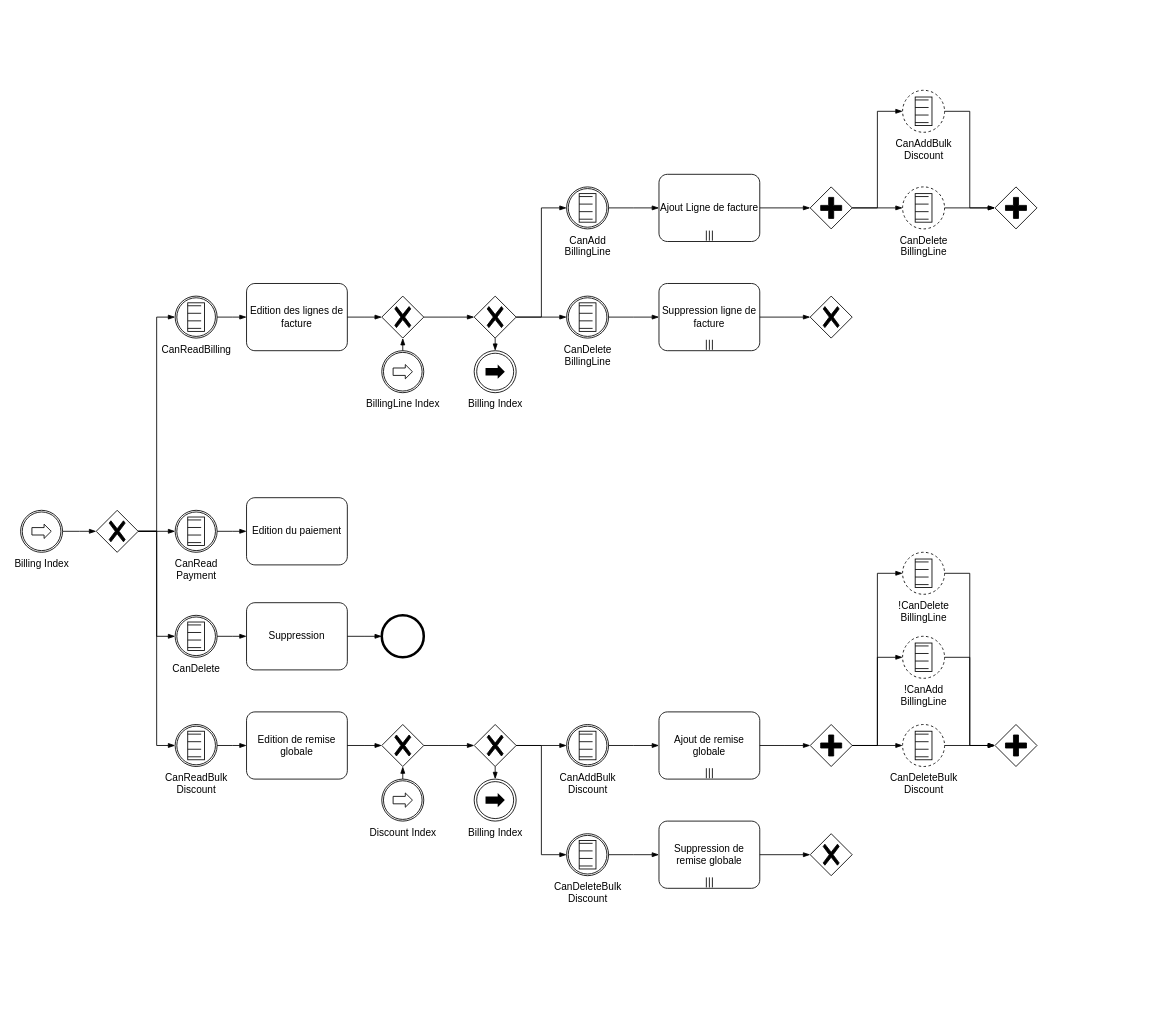
The draw.io diagram page "Ajout facture" (6 of 7) of src/Diagrammes.drawio in Scholastien/MyApp, before the edit. Source tidied: cells renumbered, new cells numbered last; positions are measured from the earlier drawing's top-left corner, leaving out a move shared by most shapes. Both pictures are drawn from the tidied source at 84%, with x=0, y=0 at pixel (20, 90).
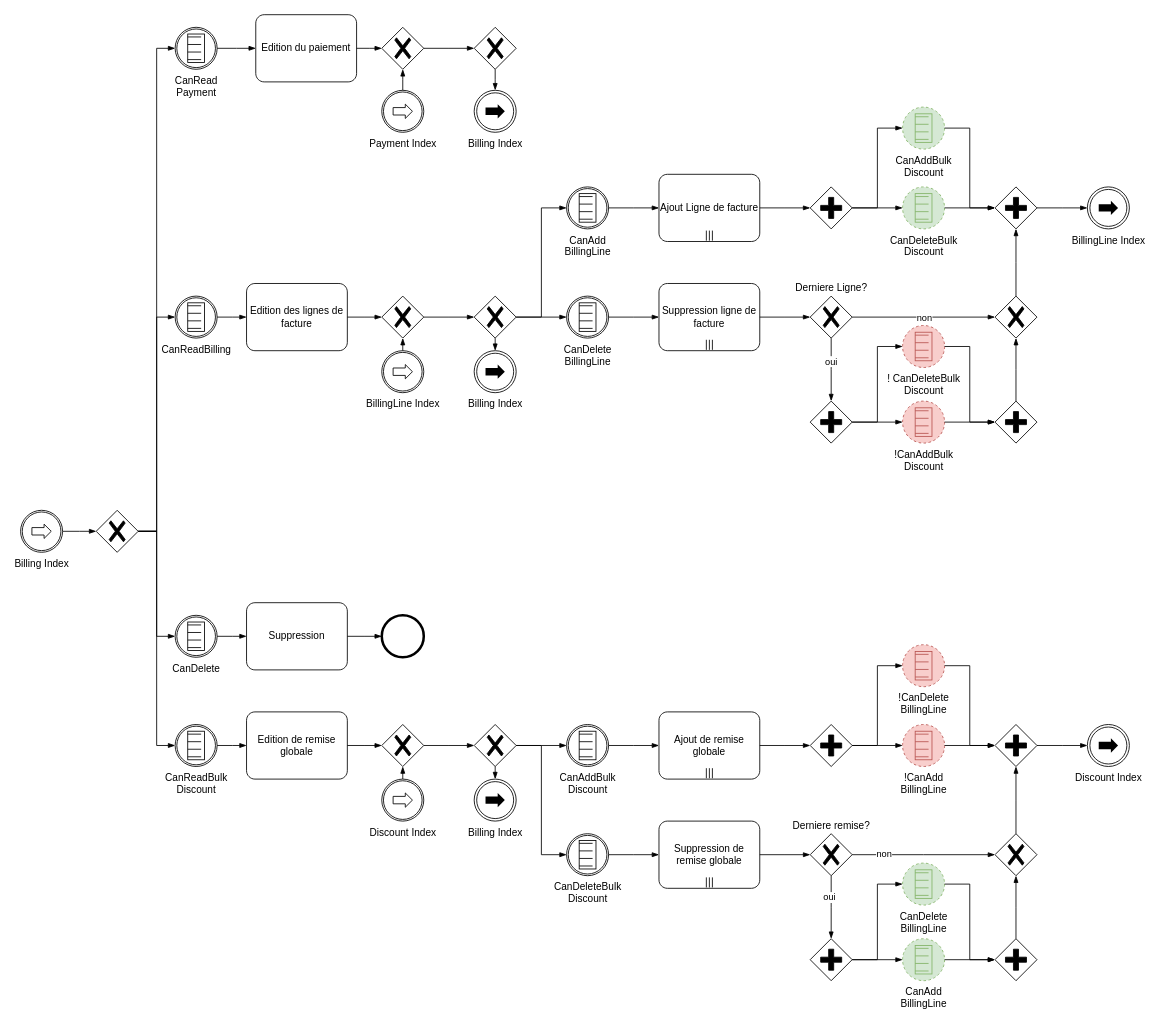
The same diagram, later.

Unchanged cells that the change refers to:
```xml
<mxCell id="60" style="points=[[0.25,0.25,0],[0.5,0,0],[0.75,0.25,0],[1,0.5,0],[0.75,0.75,0],[0.5,1,0],[0.25,0.75,0],[0,0.5,0]];shape=mxgraph.bpmn.gateway2;html=1;verticalLabelPosition=bottom;labelBackgroundColor=#ffffff;verticalAlign=top;align=center;perimeter=rhombusPerimeter;outlineConnect=0;outline=none;symbol=none;gwType=parallel;" parent="1" vertex="1">
  <mxGeometry x="940" y="755" width="50" height="50" as="geometry" />
</mxCell>
<mxCell id="65" style="points=[[0.25,0.25,0],[0.5,0,0],[0.75,0.25,0],[1,0.5,0],[0.75,0.75,0],[0.5,1,0],[0.25,0.75,0],[0,0.5,0]];shape=mxgraph.bpmn.gateway2;html=1;verticalLabelPosition=bottom;labelBackgroundColor=#ffffff;verticalAlign=top;align=center;perimeter=rhombusPerimeter;outlineConnect=0;outline=none;symbol=none;gwType=parallel;" parent="1" vertex="1">
  <mxGeometry x="1160" y="755" width="50" height="50" as="geometry" />
</mxCell>
<mxCell id="77" style="points=[[0.25,0.25,0],[0.5,0,0],[0.75,0.25,0],[1,0.5,0],[0.75,0.75,0],[0.5,1,0],[0.25,0.75,0],[0,0.5,0]];shape=mxgraph.bpmn.gateway2;html=1;verticalLabelPosition=bottom;labelBackgroundColor=#ffffff;verticalAlign=top;align=center;perimeter=rhombusPerimeter;outlineConnect=0;outline=none;symbol=none;gwType=parallel;" parent="1" vertex="1">
  <mxGeometry x="1160" y="115" width="50" height="50" as="geometry" />
</mxCell>
```

What changed in the source:
```diff
@@
     <mxCell id="4" value="Edition du paiement" style="points=[[0.25,0,0],[0.5,0,0],[0.75,0,0],[1,0.25,0],[1,0.5,0],[1,0.75,0],[0.75,1,0],[0.5,1,0],[0.25,1,0],[0,0.75,0],[0,0.5,0],[0,0.25,0]];shape=mxgraph.bpmn.task;whiteSpace=wrap;rectStyle=rounded;size=10;html=1;taskMarker=abstract;" parent="1" vertex="1">
-      <mxGeometry x="269" y="485" width="120" height="80" as="geometry" />
+      <mxGeometry x="280" y="-90" width="120" height="80" as="geometry" />
     </mxCell>
@@
     <mxCell id="21" value="CanRead&lt;br&gt;Payment" style="points=[[0.145,0.145,0],[0.5,0,0],[0.855,0.145,0],[1,0.5,0],[0.855,0.855,0],[0.5,1,0],[0.145,0.855,0],[0,0.5,0]];shape=mxgraph.bpmn.event;html=1;verticalLabelPosition=bottom;labelBackgroundColor=#ffffff;verticalAlign=top;align=center;perimeter=ellipsePerimeter;outlineConnect=0;outline=boundInt;symbol=conditional;" parent="1" vertex="1">
-      <mxGeometry x="184" y="500" width="50" height="50" as="geometry" />
+      <mxGeometry x="184" y="-75" width="50" height="50" as="geometry" />
     </mxCell>
@@
-    <mxCell id="37" style="points=[[0.25,0.25,0],[0.5,0,0],[0.75,0.25,0],[1,0.5,0],[0.75,0.75,0],[0.5,1,0],[0.25,0.75,0],[0,0.5,0]];shape=mxgraph.bpmn.gateway2;html=1;verticalLabelPosition=bottom;labelBackgroundColor=#ffffff;verticalAlign=top;align=center;perimeter=rhombusPerimeter;outlineConnect=0;outline=none;symbol=none;gwType=exclusive;" parent="1" vertex="1">
+    <mxCell id="37" value="Derniere remise?" style="points=[[0.25,0.25,0],[0.5,0,0],[0.75,0.25,0],[1,0.5,0],[0.75,0.75,0],[0.5,1,0],[0.25,0.75,0],[0,0.5,0]];shape=mxgraph.bpmn.gateway2;html=1;verticalLabelPosition=top;labelBackgroundColor=#ffffff;verticalAlign=bottom;align=center;perimeter=rhombusPerimeter;outlineConnect=0;outline=none;symbol=none;gwType=exclusive;labelPosition=center;" parent="1" vertex="1">
       <mxGeometry x="940" y="885" width="50" height="50" as="geometry" />
     </mxCell>
@@
-    <mxCell id="40" style="points=[[0.25,0.25,0],[0.5,0,0],[0.75,0.25,0],[1,0.5,0],[0.75,0.75,0],[0.5,1,0],[0.25,0.75,0],[0,0.5,0]];shape=mxgraph.bpmn.gateway2;html=1;verticalLabelPosition=bottom;labelBackgroundColor=#ffffff;verticalAlign=top;align=center;perimeter=rhombusPerimeter;outlineConnect=0;outline=none;symbol=none;gwType=exclusive;" parent="1" vertex="1">
+    <mxCell id="40" value="Derniere Ligne?" style="points=[[0.25,0.25,0],[0.5,0,0],[0.75,0.25,0],[1,0.5,0],[0.75,0.75,0],[0.5,1,0],[0.25,0.75,0],[0,0.5,0]];shape=mxgraph.bpmn.gateway2;html=1;verticalLabelPosition=top;labelBackgroundColor=#ffffff;verticalAlign=bottom;align=center;perimeter=rhombusPerimeter;outlineConnect=0;outline=none;symbol=none;gwType=exclusive;horizontal=1;labelPosition=center;" parent="1" vertex="1">
       <mxGeometry x="940" y="245" width="50" height="50" as="geometry" />
     </mxCell>
@@
-    <mxCell id="50" value="CanDelete&lt;br&gt;BillingLine" style="points=[[0.145,0.145,0],[0.5,0,0],[0.855,0.145,0],[1,0.5,0],[0.855,0.855,0],[0.5,1,0],[0.145,0.855,0],[0,0.5,0]];shape=mxgraph.bpmn.event;html=1;verticalLabelPosition=bottom;labelBackgroundColor=#ffffff;verticalAlign=top;align=center;perimeter=ellipsePerimeter;outlineConnect=0;outline=eventNonint;symbol=conditional;" parent="1" vertex="1">
+    <mxCell id="50" value="CanDeleteBulk&lt;br style=&quot;border-color: var(--border-color);&quot;&gt;Discount" style="points=[[0.145,0.145,0],[0.5,0,0],[0.855,0.145,0],[1,0.5,0],[0.855,0.855,0],[0.5,1,0],[0.145,0.855,0],[0,0.5,0]];shape=mxgraph.bpmn.event;html=1;verticalLabelPosition=bottom;labelBackgroundColor=#ffffff;verticalAlign=top;align=center;perimeter=ellipsePerimeter;outlineConnect=0;outline=eventNonint;symbol=conditional;fillColor=#d5e8d4;strokeColor=#82b366;" parent="1" vertex="1">
       <mxGeometry x="1050" y="115" width="50" height="50" as="geometry" />
     </mxCell>
@@
-    <mxCell id="52" value="CanDeleteBulk&lt;br style=&quot;border-color: var(--border-color);&quot;&gt;Discount" style="points=[[0.145,0.145,0],[0.5,0,0],[0.855,0.145,0],[1,0.5,0],[0.855,0.855,0],[0.5,1,0],[0.145,0.855,0],[0,0.5,0]];shape=mxgraph.bpmn.event;html=1;verticalLabelPosition=bottom;labelBackgroundColor=#ffffff;verticalAlign=top;align=center;perimeter=ellipsePerimeter;outlineConnect=0;outline=eventNonint;symbol=conditional;" parent="1" vertex="1">
-      <mxGeometry x="1050" y="755" width="50" height="50" as="geometry" />
-    </mxCell>
-    <mxCell id="53" style="edgeStyle=elbowEdgeStyle;fontSize=12;html=1;endArrow=blockThin;endFill=1;rounded=0;" parent="1" edge="1" source="60" target="52">
-      <mxGeometry relative="1" as="geometry" />
-    </mxCell>
@@
-    <mxCell id="61" value="!CanAdd&lt;br style=&quot;border-color: var(--border-color);&quot;&gt;BillingLine" style="points=[[0.145,0.145,0],[0.5,0,0],[0.855,0.145,0],[1,0.5,0],[0.855,0.855,0],[0.5,1,0],[0.145,0.855,0],[0,0.5,0]];shape=mxgraph.bpmn.event;html=1;verticalLabelPosition=bottom;labelBackgroundColor=#ffffff;verticalAlign=top;align=center;perimeter=ellipsePerimeter;outlineConnect=0;outline=eventNonint;symbol=conditional;" parent="1" vertex="1">
-      <mxGeometry x="1050" y="650" width="50" height="50" as="geometry" />
+    <mxCell id="61" value="!CanAdd&lt;br style=&quot;border-color: var(--border-color);&quot;&gt;BillingLine" style="points=[[0.145,0.145,0],[0.5,0,0],[0.855,0.145,0],[1,0.5,0],[0.855,0.855,0],[0.5,1,0],[0.145,0.855,0],[0,0.5,0]];shape=mxgraph.bpmn.event;html=1;verticalLabelPosition=bottom;labelBackgroundColor=#ffffff;verticalAlign=top;align=center;perimeter=ellipsePerimeter;outlineConnect=0;outline=eventNonint;symbol=conditional;fillColor=#f8cecc;strokeColor=#b85450;" parent="1" vertex="1">
+      <mxGeometry x="1050" y="755" width="50" height="50" as="geometry" />
     </mxCell>
@@
-    <mxCell id="63" value="!CanDelete&lt;br style=&quot;border-color: var(--border-color);&quot;&gt;BillingLine" style="points=[[0.145,0.145,0],[0.5,0,0],[0.855,0.145,0],[1,0.5,0],[0.855,0.855,0],[0.5,1,0],[0.145,0.855,0],[0,0.5,0]];shape=mxgraph.bpmn.event;html=1;verticalLabelPosition=bottom;labelBackgroundColor=#ffffff;verticalAlign=top;align=center;perimeter=ellipsePerimeter;outlineConnect=0;outline=eventNonint;symbol=conditional;" parent="1" vertex="1">
-      <mxGeometry x="1050" y="550" width="50" height="50" as="geometry" />
+    <mxCell id="63" value="!CanDelete&lt;br style=&quot;border-color: var(--border-color);&quot;&gt;BillingLine" style="points=[[0.145,0.145,0],[0.5,0,0],[0.855,0.145,0],[1,0.5,0],[0.855,0.855,0],[0.5,1,0],[0.145,0.855,0],[0,0.5,0]];shape=mxgraph.bpmn.event;html=1;verticalLabelPosition=bottom;labelBackgroundColor=#ffffff;verticalAlign=top;align=center;perimeter=ellipsePerimeter;outlineConnect=0;outline=eventNonint;symbol=conditional;fillColor=#f8cecc;strokeColor=#b85450;" parent="1" vertex="1">
+      <mxGeometry x="1050" y="660" width="50" height="50" as="geometry" />
     </mxCell>
@@
-    <mxCell id="66" style="edgeStyle=elbowEdgeStyle;fontSize=12;html=1;endArrow=blockThin;endFill=1;rounded=0;" parent="1" edge="1" source="52" target="65">
-      <mxGeometry relative="1" as="geometry" />
-    </mxCell>
@@
-    <mxCell id="75" value="CanAddBulk&lt;br style=&quot;border-color: var(--border-color);&quot;&gt;Discount" style="points=[[0.145,0.145,0],[0.5,0,0],[0.855,0.145,0],[1,0.5,0],[0.855,0.855,0],[0.5,1,0],[0.145,0.855,0],[0,0.5,0]];shape=mxgraph.bpmn.event;html=1;verticalLabelPosition=bottom;labelBackgroundColor=#ffffff;verticalAlign=top;align=center;perimeter=ellipsePerimeter;outlineConnect=0;outline=eventNonint;symbol=conditional;" parent="1" vertex="1">
-      <mxGeometry x="1050" width="50" height="50" as="geometry" />
+    <mxCell id="75" value="CanAddBulk&lt;br style=&quot;border-color: var(--border-color);&quot;&gt;Discount" style="points=[[0.145,0.145,0],[0.5,0,0],[0.855,0.145,0],[1,0.5,0],[0.855,0.855,0],[0.5,1,0],[0.145,0.855,0],[0,0.5,0]];shape=mxgraph.bpmn.event;html=1;verticalLabelPosition=bottom;labelBackgroundColor=#ffffff;verticalAlign=top;align=center;perimeter=ellipsePerimeter;outlineConnect=0;outline=eventNonint;symbol=conditional;fillColor=#d5e8d4;strokeColor=#82b366;" parent="1" vertex="1">
+      <mxGeometry x="1050" y="20" width="50" height="50" as="geometry" />
     </mxCell>
@@
+    <mxCell id="80" style="points=[[0.25,0.25,0],[0.5,0,0],[0.75,0.25,0],[1,0.5,0],[0.75,0.75,0],[0.5,1,0],[0.25,0.75,0],[0,0.5,0]];shape=mxgraph.bpmn.gateway2;html=1;verticalLabelPosition=bottom;labelBackgroundColor=#ffffff;verticalAlign=top;align=center;perimeter=rhombusPerimeter;outlineConnect=0;outline=none;symbol=none;gwType=exclusive;" parent="1" vertex="1">
+      <mxGeometry x="1160" y="245" width="50" height="50" as="geometry" />
+    </mxCell>
+    <mxCell id="81" style="edgeStyle=elbowEdgeStyle;fontSize=12;html=1;endArrow=blockThin;endFill=1;rounded=0;" parent="1" edge="1" source="40" target="80">
+      <mxGeometry relative="1" as="geometry" />
+    </mxCell>
+    <mxCell id="82" value="non" style="edgeLabel;html=1;align=center;verticalAlign=middle;" parent="81" vertex="1">
+      <mxGeometry x="-0.28" y="-1" relative="1" as="geometry">
+        <mxPoint x="24" y="-1" as="offset" />
+      </mxGeometry>
+    </mxCell>
+    <mxCell id="83" style="points=[[0.25,0.25,0],[0.5,0,0],[0.75,0.25,0],[1,0.5,0],[0.75,0.75,0],[0.5,1,0],[0.25,0.75,0],[0,0.5,0]];shape=mxgraph.bpmn.gateway2;html=1;verticalLabelPosition=bottom;labelBackgroundColor=#ffffff;verticalAlign=top;align=center;perimeter=rhombusPerimeter;outlineConnect=0;outline=none;symbol=none;gwType=parallel;" parent="1" vertex="1">
+      <mxGeometry x="940" y="370" width="50" height="50" as="geometry" />
+    </mxCell>
+    <mxCell id="84" style="points=[[0.25,0.25,0],[0.5,0,0],[0.75,0.25,0],[1,0.5,0],[0.75,0.75,0],[0.5,1,0],[0.25,0.75,0],[0,0.5,0]];shape=mxgraph.bpmn.gateway2;html=1;verticalLabelPosition=bottom;labelBackgroundColor=#ffffff;verticalAlign=top;align=center;perimeter=rhombusPerimeter;outlineConnect=0;outline=none;symbol=none;gwType=parallel;" parent="1" vertex="1">
+      <mxGeometry x="1160" y="370" width="50" height="50" as="geometry" />
+    </mxCell>
+    <mxCell id="85" style="edgeStyle=elbowEdgeStyle;fontSize=12;html=1;endArrow=blockThin;endFill=1;rounded=0;elbow=horizontal;" parent="1" edge="1" source="40" target="83">
+      <mxGeometry relative="1" as="geometry" />
+    </mxCell>
+    <mxCell id="86" value="oui" style="edgeLabel;html=1;align=center;verticalAlign=middle;" parent="85" vertex="1">
+      <mxGeometry x="-0.28" y="-1" relative="1" as="geometry" />
+    </mxCell>
+    <mxCell id="87" style="edgeStyle=elbowEdgeStyle;fontSize=12;html=1;endArrow=blockThin;endFill=1;rounded=0;" parent="1" edge="1" source="83" target="90">
+      <mxGeometry relative="1" as="geometry" />
+    </mxCell>
+    <mxCell id="88" style="edgeStyle=elbowEdgeStyle;fontSize=12;html=1;endArrow=blockThin;endFill=1;rounded=0;" parent="1" edge="1" source="84" target="80">
+      <mxGeometry relative="1" as="geometry" />
+    </mxCell>
+    <mxCell id="89" style="edgeStyle=elbowEdgeStyle;fontSize=12;html=1;endArrow=blockThin;endFill=1;rounded=0;" parent="1" edge="1" source="80" target="77">
+      <mxGeometry relative="1" as="geometry" />
+    </mxCell>
+    <mxCell id="90" value="!CanAddBulk&lt;br style=&quot;border-color: var(--border-color);&quot;&gt;Discount" style="points=[[0.145,0.145,0],[0.5,0,0],[0.855,0.145,0],[1,0.5,0],[0.855,0.855,0],[0.5,1,0],[0.145,0.855,0],[0,0.5,0]];shape=mxgraph.bpmn.event;html=1;verticalLabelPosition=bottom;labelBackgroundColor=#ffffff;verticalAlign=top;align=center;perimeter=ellipsePerimeter;outlineConnect=0;outline=eventNonint;symbol=conditional;fillColor=#f8cecc;strokeColor=#b85450;" parent="1" vertex="1">
+      <mxGeometry x="1050" y="370" width="50" height="50" as="geometry" />
+    </mxCell>
+    <mxCell id="91" value="! CanDeleteBulk&lt;br style=&quot;border-color: var(--border-color);&quot;&gt;Discount" style="points=[[0.145,0.145,0],[0.5,0,0],[0.855,0.145,0],[1,0.5,0],[0.855,0.855,0],[0.5,1,0],[0.145,0.855,0],[0,0.5,0]];shape=mxgraph.bpmn.event;html=1;verticalLabelPosition=bottom;labelBackgroundColor=#ffffff;verticalAlign=top;align=center;perimeter=ellipsePerimeter;outlineConnect=0;outline=eventNonint;symbol=conditional;fillColor=#f8cecc;strokeColor=#b85450;" parent="1" vertex="1">
+      <mxGeometry x="1050" y="280" width="50" height="50" as="geometry" />
+    </mxCell>
+    <mxCell id="92" style="edgeStyle=elbowEdgeStyle;fontSize=12;html=1;endArrow=blockThin;endFill=1;rounded=0;" parent="1" edge="1" source="90" target="84">
+      <mxGeometry relative="1" as="geometry" />
+    </mxCell>
+    <mxCell id="93" style="edgeStyle=elbowEdgeStyle;fontSize=12;html=1;endArrow=blockThin;endFill=1;rounded=0;" parent="1" edge="1" source="83" target="91">
+      <mxGeometry relative="1" as="geometry" />
+    </mxCell>
+    <mxCell id="94" style="edgeStyle=elbowEdgeStyle;fontSize=12;html=1;endArrow=blockThin;endFill=1;rounded=0;" parent="1" edge="1" source="91" target="84">
+      <mxGeometry relative="1" as="geometry" />
+    </mxCell>
+    <mxCell id="95" value="CanAdd&lt;br style=&quot;border-color: var(--border-color);&quot;&gt;BillingLine" style="points=[[0.145,0.145,0],[0.5,0,0],[0.855,0.145,0],[1,0.5,0],[0.855,0.855,0],[0.5,1,0],[0.145,0.855,0],[0,0.5,0]];shape=mxgraph.bpmn.event;html=1;verticalLabelPosition=bottom;labelBackgroundColor=#ffffff;verticalAlign=top;align=center;perimeter=ellipsePerimeter;outlineConnect=0;outline=eventNonint;symbol=conditional;fillColor=#d5e8d4;strokeColor=#82b366;" parent="1" vertex="1">
+      <mxGeometry x="1050" y="1010" width="50" height="50" as="geometry" />
+    </mxCell>
+    <mxCell id="96" value="CanDelete&lt;br style=&quot;border-color: var(--border-color);&quot;&gt;BillingLine" style="points=[[0.145,0.145,0],[0.5,0,0],[0.855,0.145,0],[1,0.5,0],[0.855,0.855,0],[0.5,1,0],[0.145,0.855,0],[0,0.5,0]];shape=mxgraph.bpmn.event;html=1;verticalLabelPosition=bottom;labelBackgroundColor=#ffffff;verticalAlign=top;align=center;perimeter=ellipsePerimeter;outlineConnect=0;outline=eventNonint;symbol=conditional;fillColor=#d5e8d4;strokeColor=#82b366;" parent="1" vertex="1">
+      <mxGeometry x="1050" y="920" width="50" height="50" as="geometry" />
+    </mxCell>
+    <mxCell id="97" style="points=[[0.25,0.25,0],[0.5,0,0],[0.75,0.25,0],[1,0.5,0],[0.75,0.75,0],[0.5,1,0],[0.25,0.75,0],[0,0.5,0]];shape=mxgraph.bpmn.gateway2;html=1;verticalLabelPosition=bottom;labelBackgroundColor=#ffffff;verticalAlign=top;align=center;perimeter=rhombusPerimeter;outlineConnect=0;outline=none;symbol=none;gwType=parallel;" parent="1" vertex="1">
+      <mxGeometry x="940" y="1010" width="50" height="50" as="geometry" />
+    </mxCell>
+    <mxCell id="98" style="points=[[0.25,0.25,0],[0.5,0,0],[0.75,0.25,0],[1,0.5,0],[0.75,0.75,0],[0.5,1,0],[0.25,0.75,0],[0,0.5,0]];shape=mxgraph.bpmn.gateway2;html=1;verticalLabelPosition=bottom;labelBackgroundColor=#ffffff;verticalAlign=top;align=center;perimeter=rhombusPerimeter;outlineConnect=0;outline=none;symbol=none;gwType=parallel;" parent="1" vertex="1">
+      <mxGeometry x="1160" y="1010" width="50" height="50" as="geometry" />
+    </mxCell>
+    <mxCell id="99" style="points=[[0.25,0.25,0],[0.5,0,0],[0.75,0.25,0],[1,0.5,0],[0.75,0.75,0],[0.5,1,0],[0.25,0.75,0],[0,0.5,0]];shape=mxgraph.bpmn.gateway2;html=1;verticalLabelPosition=bottom;labelBackgroundColor=#ffffff;verticalAlign=top;align=center;perimeter=rhombusPerimeter;outlineConnect=0;outline=none;symbol=none;gwType=exclusive;" parent="1" vertex="1">
+      <mxGeometry x="1160" y="885" width="50" height="50" as="geometry" />
+    </mxCell>
+    <mxCell id="100" style="edgeStyle=elbowEdgeStyle;fontSize=12;html=1;endArrow=blockThin;endFill=1;rounded=0;" parent="1" edge="1" source="37" target="99">
+      <mxGeometry relative="1" as="geometry" />
+    </mxCell>
+    <mxCell id="101" value="non" style="edgeLabel;html=1;align=center;verticalAlign=middle;" parent="100" vertex="1">
+      <mxGeometry x="-0.56" y="2" relative="1" as="geometry" />
+    </mxCell>
+    <mxCell id="102" style="edgeStyle=elbowEdgeStyle;fontSize=12;html=1;endArrow=blockThin;endFill=1;rounded=0;" parent="1" edge="1" source="99" target="65">
+      <mxGeometry relative="1" as="geometry" />
+    </mxCell>
+    <mxCell id="103" style="edgeStyle=elbowEdgeStyle;fontSize=12;html=1;endArrow=blockThin;endFill=1;rounded=0;" parent="1" edge="1" source="37" target="97">
+      <mxGeometry relative="1" as="geometry" />
+    </mxCell>
+    <mxCell id="104" value="oui" style="edgeLabel;html=1;align=center;verticalAlign=middle;" parent="103" vertex="1">
+      <mxGeometry x="-0.33" y="-3" relative="1" as="geometry" />
+    </mxCell>
+    <mxCell id="105" style="edgeStyle=elbowEdgeStyle;fontSize=12;html=1;endArrow=blockThin;endFill=1;rounded=0;" parent="1" edge="1" source="98" target="99">
+      <mxGeometry relative="1" as="geometry" />
+    </mxCell>
+    <mxCell id="106" style="edgeStyle=elbowEdgeStyle;fontSize=12;html=1;endArrow=blockThin;endFill=1;rounded=0;" parent="1" edge="1" source="97" target="95">
+      <mxGeometry relative="1" as="geometry" />
+    </mxCell>
+    <mxCell id="107" style="edgeStyle=elbowEdgeStyle;fontSize=12;html=1;endArrow=blockThin;endFill=1;rounded=0;" parent="1" edge="1" source="97" target="96">
+      <mxGeometry relative="1" as="geometry" />
+    </mxCell>
+    <mxCell id="108" style="edgeStyle=elbowEdgeStyle;fontSize=12;html=1;endArrow=blockThin;endFill=1;rounded=0;" parent="1" edge="1" source="95" target="98">
+      <mxGeometry relative="1" as="geometry" />
+    </mxCell>
+    <mxCell id="109" style="edgeStyle=elbowEdgeStyle;fontSize=12;html=1;endArrow=blockThin;endFill=1;rounded=0;" parent="1" edge="1" source="96" target="98">
+      <mxGeometry relative="1" as="geometry" />
+    </mxCell>
+    <mxCell id="110" value="Discount Index" style="points=[[0.145,0.145,0],[0.5,0,0],[0.855,0.145,0],[1,0.5,0],[0.855,0.855,0],[0.5,1,0],[0.145,0.855,0],[0,0.5,0]];shape=mxgraph.bpmn.event;html=1;verticalLabelPosition=bottom;labelBackgroundColor=#ffffff;verticalAlign=top;align=center;perimeter=ellipsePerimeter;outlineConnect=0;outline=throwing;symbol=link;" parent="1" vertex="1">
+      <mxGeometry x="1270" y="755" width="50" height="50" as="geometry" />
+    </mxCell>
+    <mxCell id="111" value="BillingLine Index" style="points=[[0.145,0.145,0],[0.5,0,0],[0.855,0.145,0],[1,0.5,0],[0.855,0.855,0],[0.5,1,0],[0.145,0.855,0],[0,0.5,0]];shape=mxgraph.bpmn.event;html=1;verticalLabelPosition=bottom;labelBackgroundColor=#ffffff;verticalAlign=top;align=center;perimeter=ellipsePerimeter;outlineConnect=0;outline=throwing;symbol=link;" parent="1" vertex="1">
+      <mxGeometry x="1270" y="115" width="50" height="50" as="geometry" />
+    </mxCell>
+    <mxCell id="112" style="edgeStyle=elbowEdgeStyle;fontSize=12;html=1;endArrow=blockThin;endFill=1;rounded=0;" parent="1" edge="1" source="77" target="111">
+      <mxGeometry relative="1" as="geometry" />
+    </mxCell>
+    <mxCell id="113" style="edgeStyle=elbowEdgeStyle;fontSize=12;html=1;endArrow=blockThin;endFill=1;rounded=0;" parent="1" edge="1" source="65" target="110">
+      <mxGeometry relative="1" as="geometry" />
+    </mxCell>
+    <mxCell id="114" style="points=[[0.25,0.25,0],[0.5,0,0],[0.75,0.25,0],[1,0.5,0],[0.75,0.75,0],[0.5,1,0],[0.25,0.75,0],[0,0.5,0]];shape=mxgraph.bpmn.gateway2;html=1;verticalLabelPosition=bottom;labelBackgroundColor=#ffffff;verticalAlign=top;align=center;perimeter=rhombusPerimeter;outlineConnect=0;outline=none;symbol=none;gwType=exclusive;" parent="1" vertex="1">
+      <mxGeometry x="430" y="-75" width="50" height="50" as="geometry" />
+    </mxCell>
+    <mxCell id="115" value="Payment Index" style="points=[[0.145,0.145,0],[0.5,0,0],[0.855,0.145,0],[1,0.5,0],[0.855,0.855,0],[0.5,1,0],[0.145,0.855,0],[0,0.5,0]];shape=mxgraph.bpmn.event;html=1;verticalLabelPosition=bottom;labelBackgroundColor=#ffffff;verticalAlign=top;align=center;perimeter=ellipsePerimeter;outlineConnect=0;outline=catching;symbol=link;" parent="1" vertex="1">
+      <mxGeometry x="430" width="50" height="50" as="geometry" />
+    </mxCell>
+    <mxCell id="116" style="edgeStyle=elbowEdgeStyle;fontSize=12;html=1;endArrow=blockThin;endFill=1;rounded=0;" parent="1" edge="1" source="4" target="114">
+      <mxGeometry relative="1" as="geometry" />
+    </mxCell>
+    <mxCell id="117" style="edgeStyle=elbowEdgeStyle;fontSize=12;html=1;endArrow=blockThin;endFill=1;rounded=0;" parent="1" edge="1" source="115" target="114">
+      <mxGeometry relative="1" as="geometry" />
+    </mxCell>
+    <mxCell id="118" style="points=[[0.25,0.25,0],[0.5,0,0],[0.75,0.25,0],[1,0.5,0],[0.75,0.75,0],[0.5,1,0],[0.25,0.75,0],[0,0.5,0]];shape=mxgraph.bpmn.gateway2;html=1;verticalLabelPosition=bottom;labelBackgroundColor=#ffffff;verticalAlign=top;align=center;perimeter=rhombusPerimeter;outlineConnect=0;outline=none;symbol=none;gwType=exclusive;" parent="1" vertex="1">
+      <mxGeometry x="540" y="-75" width="50" height="50" as="geometry" />
+    </mxCell>
+    <mxCell id="119" value="Billing Index" style="points=[[0.145,0.145,0],[0.5,0,0],[0.855,0.145,0],[1,0.5,0],[0.855,0.855,0],[0.5,1,0],[0.145,0.855,0],[0,0.5,0]];shape=mxgraph.bpmn.event;html=1;verticalLabelPosition=bottom;labelBackgroundColor=#ffffff;verticalAlign=top;align=center;perimeter=ellipsePerimeter;outlineConnect=0;outline=throwing;symbol=link;" parent="1" vertex="1">
+      <mxGeometry x="540" width="50" height="50" as="geometry" />
+    </mxCell>
+    <mxCell id="120" style="edgeStyle=elbowEdgeStyle;fontSize=12;html=1;endArrow=blockThin;endFill=1;rounded=0;" parent="1" edge="1" source="118" target="119">
+      <mxGeometry relative="1" as="geometry" />
+    </mxCell>
+    <mxCell id="121" style="edgeStyle=elbowEdgeStyle;fontSize=12;html=1;endArrow=blockThin;endFill=1;rounded=0;" parent="1" edge="1" source="114" target="118">
+      <mxGeometry relative="1" as="geometry" />
+    </mxCell>
```
